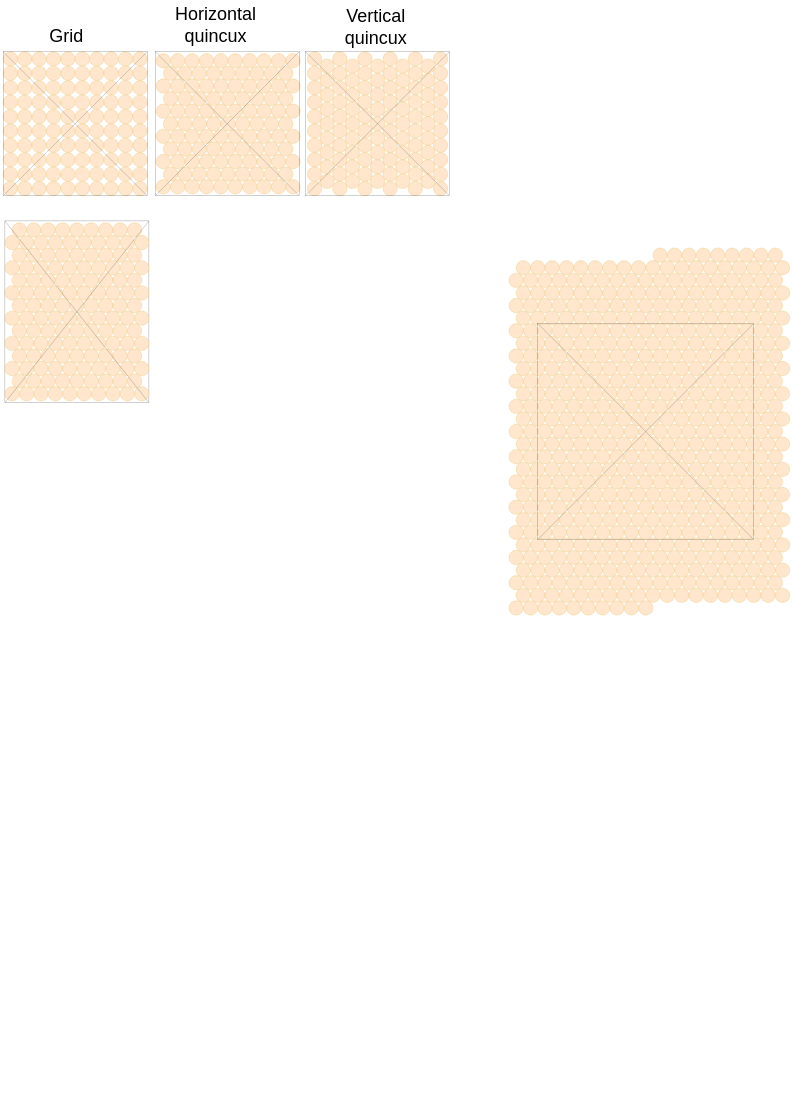
This is capsFrame/Arrangements.drawio from HugoBallee/hugoballee.github.io, a draw.io file, before an edit. Source tidied: cells renumbered, new cells numbered last; positions are measured from the earlier drawing's top-left corner, leaving out a move shared by most shapes. Both pictures are drawn from the tidied source at 18%, with x=0, y=0 at pixel (3, 8).
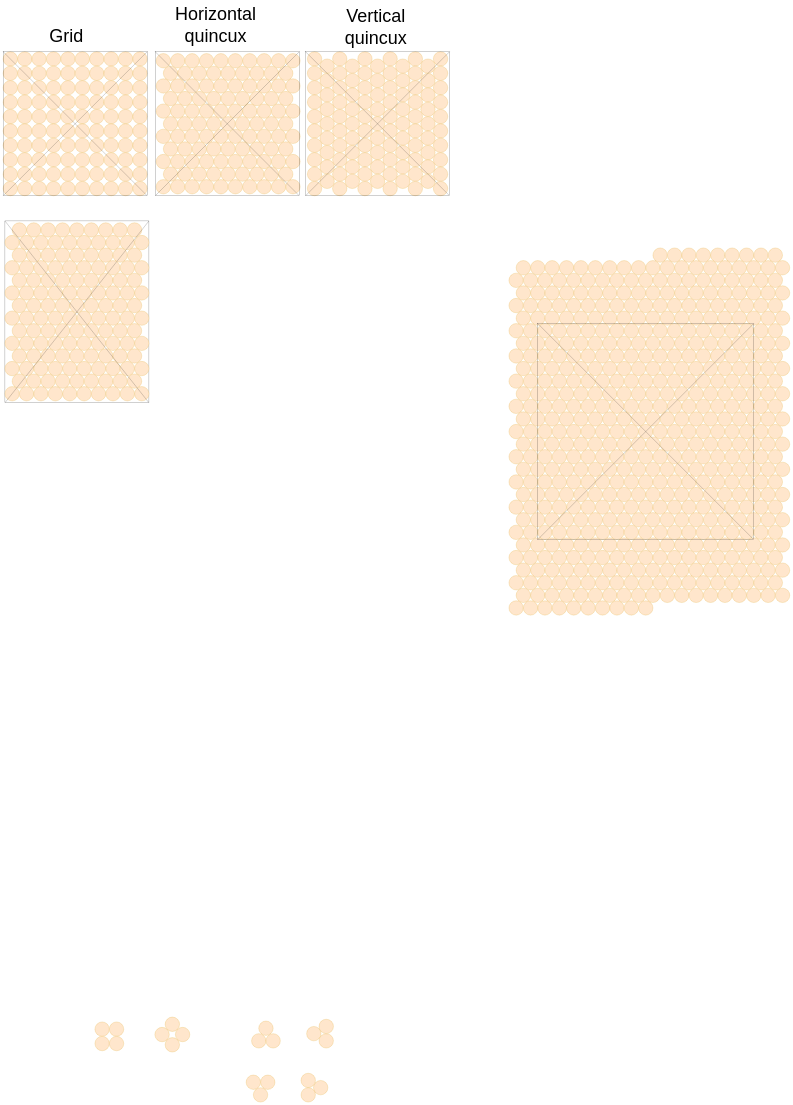
The same diagram, later.

What changed in the source:
```diff
@@
+    <mxCell id="1001" style="group;rotation=45;" parent="1" vertex="1">
+      <mxGeometry x="860" y="5620" width="160" height="160" as="geometry" />
+    </mxCell>
+    <mxCell id="1002" style="ellipse;whiteSpace=wrap;html=1;fillColor=#ffe6cc;strokeColor=#d79b00;rotation=45;" parent="1001" vertex="1">
+      <mxGeometry x="40" y="-17" width="80" height="80" as="geometry" />
+    </mxCell>
+    <mxCell id="1003" style="ellipse;whiteSpace=wrap;html=1;fillColor=#ffe6cc;strokeColor=#d79b00;rotation=45;" parent="1001" vertex="1">
+      <mxGeometry x="97" y="40" width="80" height="80" as="geometry" />
+    </mxCell>
+    <mxCell id="1004" style="ellipse;whiteSpace=wrap;html=1;fillColor=#ffe6cc;strokeColor=#d79b00;rotation=45;" parent="1001" vertex="1">
+      <mxGeometry x="-17" y="40" width="80" height="80" as="geometry" />
+    </mxCell>
+    <mxCell id="1005" style="ellipse;whiteSpace=wrap;html=1;fillColor=#ffe6cc;strokeColor=#d79b00;rotation=45;" parent="1001" vertex="1">
+      <mxGeometry x="40" y="97" width="80" height="80" as="geometry" />
+    </mxCell>
+    <mxCell id="1006" style="group;" parent="1" vertex="1">
+      <mxGeometry x="510" y="5630" width="160" height="160" as="geometry" />
+    </mxCell>
+    <mxCell id="1007" style="ellipse;whiteSpace=wrap;html=1;fillColor=#ffe6cc;strokeColor=#d79b00;" parent="1006" vertex="1">
+      <mxGeometry width="80" height="80" as="geometry" />
+    </mxCell>
+    <mxCell id="1008" style="ellipse;whiteSpace=wrap;html=1;fillColor=#ffe6cc;strokeColor=#d79b00;" parent="1006" vertex="1">
+      <mxGeometry x="80" width="80" height="80" as="geometry" />
+    </mxCell>
+    <mxCell id="1009" style="ellipse;whiteSpace=wrap;html=1;fillColor=#ffe6cc;strokeColor=#d79b00;" parent="1006" vertex="1">
+      <mxGeometry y="80" width="80" height="80" as="geometry" />
+    </mxCell>
+    <mxCell id="1010" style="ellipse;whiteSpace=wrap;html=1;fillColor=#ffe6cc;strokeColor=#d79b00;" parent="1006" vertex="1">
+      <mxGeometry x="80" y="80" width="80" height="80" as="geometry" />
+    </mxCell>
+    <mxCell id="1011" style="ellipse;whiteSpace=wrap;html=1;fillColor=#ffe6cc;strokeColor=#d79b00;" parent="1" vertex="1">
+      <mxGeometry x="1420" y="5625" width="80" height="80" as="geometry" />
+    </mxCell>
+    <mxCell id="1012" style="ellipse;whiteSpace=wrap;html=1;fillColor=#ffe6cc;strokeColor=#d79b00;" parent="1" vertex="1">
+      <mxGeometry x="1380" y="5695" width="80" height="80" as="geometry" />
+    </mxCell>
+    <mxCell id="1013" style="ellipse;whiteSpace=wrap;html=1;fillColor=#ffe6cc;strokeColor=#d79b00;" parent="1" vertex="1">
+      <mxGeometry x="1460" y="5695" width="80" height="80" as="geometry" />
+    </mxCell>
+    <mxCell id="1014" style="group;rotation=-90;" parent="1" vertex="1">
+      <mxGeometry x="1680" y="5620" width="160" height="150" as="geometry" />
+    </mxCell>
+    <mxCell id="1015" style="ellipse;whiteSpace=wrap;html=1;fillColor=#ffe6cc;strokeColor=#d79b00;rotation=-90;" parent="1014" vertex="1">
+      <mxGeometry x="6" y="35" width="80" height="80" as="geometry" />
+    </mxCell>
+    <mxCell id="1016" style="ellipse;whiteSpace=wrap;html=1;fillColor=#ffe6cc;strokeColor=#d79b00;rotation=-90;" parent="1014" vertex="1">
+      <mxGeometry x="75" y="75" width="80" height="80" as="geometry" />
+    </mxCell>
+    <mxCell id="1017" style="ellipse;whiteSpace=wrap;html=1;fillColor=#ffe6cc;strokeColor=#d79b00;rotation=-90;" parent="1014" vertex="1">
+      <mxGeometry x="75" y="-5" width="80" height="80" as="geometry" />
+    </mxCell>
+    <mxCell id="1018" style="group;rotation=90;" parent="1" vertex="1">
+      <mxGeometry x="1650" y="5920" width="160" height="150" as="geometry" />
+    </mxCell>
+    <mxCell id="1019" style="ellipse;whiteSpace=wrap;html=1;fillColor=#ffe6cc;strokeColor=#d79b00;rotation=90;" parent="1018" vertex="1">
+      <mxGeometry x="74" y="35" width="80" height="80" as="geometry" />
+    </mxCell>
+    <mxCell id="1020" style="ellipse;whiteSpace=wrap;html=1;fillColor=#ffe6cc;strokeColor=#d79b00;rotation=90;" parent="1018" vertex="1">
+      <mxGeometry x="5" y="-5" width="80" height="80" as="geometry" />
+    </mxCell>
+    <mxCell id="1021" style="ellipse;whiteSpace=wrap;html=1;fillColor=#ffe6cc;strokeColor=#d79b00;rotation=90;" parent="1018" vertex="1">
+      <mxGeometry x="5" y="75" width="80" height="80" as="geometry" />
+    </mxCell>
+    <mxCell id="1022" style="group;rotation=-180;" parent="1" vertex="1">
+      <mxGeometry x="1350" y="5925" width="160" height="150" as="geometry" />
+    </mxCell>
+    <mxCell id="1023" style="ellipse;whiteSpace=wrap;html=1;fillColor=#ffe6cc;strokeColor=#d79b00;rotation=-180;" parent="1022" vertex="1">
+      <mxGeometry x="40" y="70" width="80" height="80" as="geometry" />
+    </mxCell>
+    <mxCell id="1024" style="ellipse;whiteSpace=wrap;html=1;fillColor=#ffe6cc;strokeColor=#d79b00;rotation=-180;" parent="1022" vertex="1">
+      <mxGeometry x="80" width="80" height="80" as="geometry" />
+    </mxCell>
+    <mxCell id="1025" style="ellipse;whiteSpace=wrap;html=1;fillColor=#ffe6cc;strokeColor=#d79b00;rotation=-180;" parent="1022" vertex="1">
+      <mxGeometry width="80" height="80" as="geometry" />
+    </mxCell>
```
